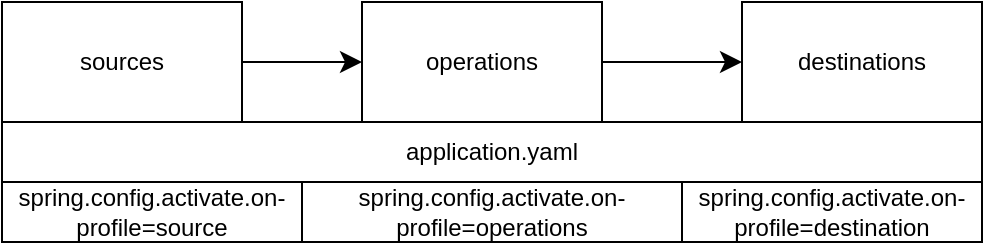
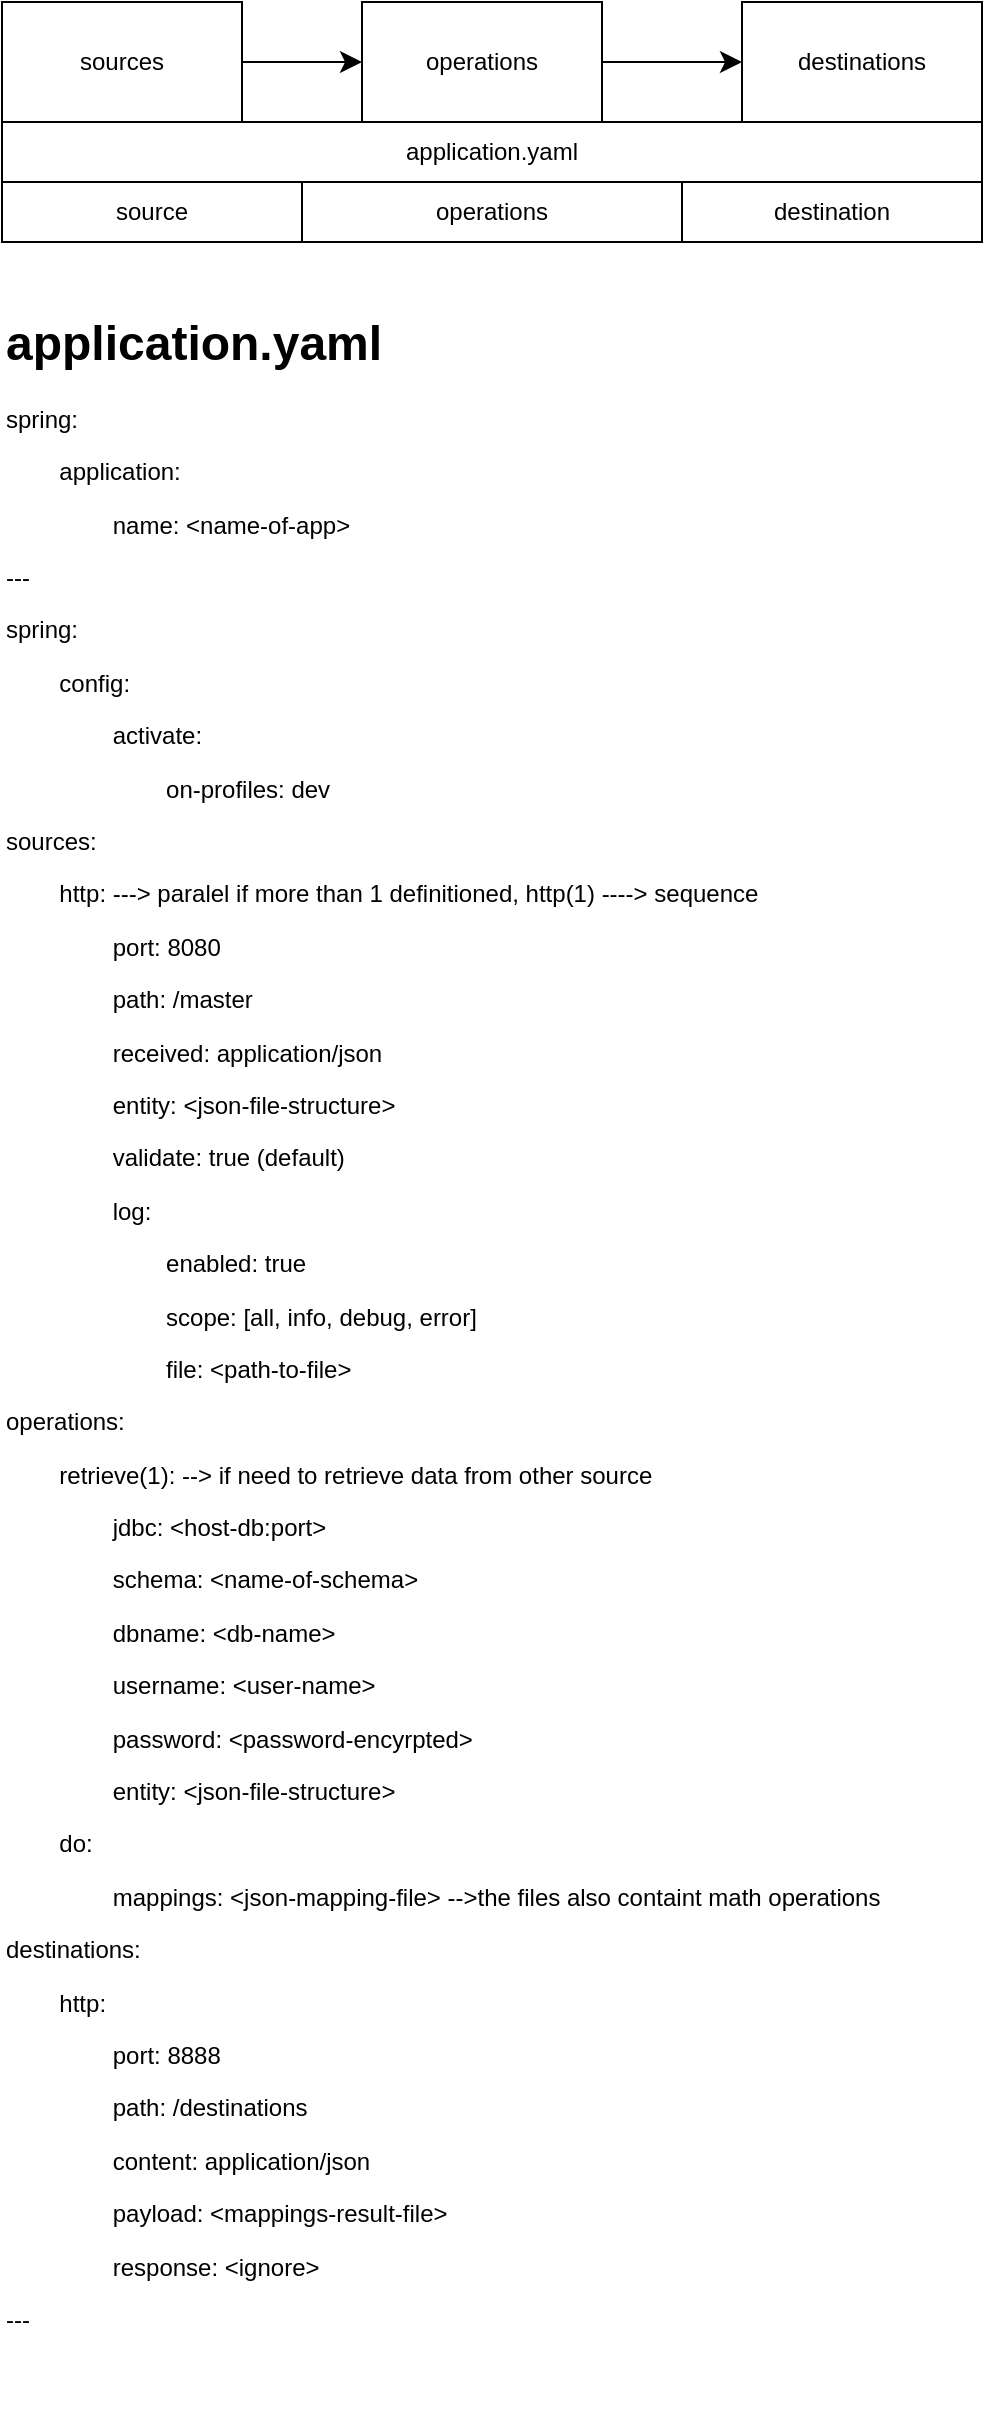
<mxfile host="app.diagrams.net">
  <diagram name="Page-1" id="lVCeAQP5J8Vv2JuceWTL">
    <mxGraphModel dx="781" dy="543" grid="1" gridSize="10" guides="1" tooltips="1" connect="1" arrows="1" fold="1" page="1" pageScale="1" pageWidth="850" pageHeight="1100" math="0" shadow="0">
      <root>
        <mxCell id="0" />
        <mxCell id="emXdRVptBhWksskM6nTK-1" parent="0" />
        <mxCell id="1wBVQuu6lKLwp-CfQ4V7-0" edge="1" parent="emXdRVptBhWksskM6nTK-1" source="emXdRVptBhWksskM6nTK-2" style="edgeStyle=none;curved=1;rounded=0;orthogonalLoop=1;jettySize=auto;html=1;fontSize=12;startSize=8;endSize=8;" target="emXdRVptBhWksskM6nTK-3" value="">
          <mxGeometry relative="1" as="geometry" />
        </mxCell>
        <mxCell id="emXdRVptBhWksskM6nTK-2" parent="emXdRVptBhWksskM6nTK-1" style="rounded=0;whiteSpace=wrap;html=1;" value="sources" vertex="1">
          <mxGeometry height="60" width="120" x="90" y="300" as="geometry" />
        </mxCell>
        <mxCell id="1wBVQuu6lKLwp-CfQ4V7-1" edge="1" parent="emXdRVptBhWksskM6nTK-1" source="emXdRVptBhWksskM6nTK-3" style="edgeStyle=none;curved=1;rounded=0;orthogonalLoop=1;jettySize=auto;html=1;fontSize=12;startSize=8;endSize=8;" target="emXdRVptBhWksskM6nTK-5" value="">
          <mxGeometry relative="1" as="geometry" />
        </mxCell>
        <mxCell id="1wBVQuu6lKLwp-CfQ4V7-2" edge="1" parent="emXdRVptBhWksskM6nTK-1" source="emXdRVptBhWksskM6nTK-3" style="edgeStyle=none;curved=1;rounded=0;orthogonalLoop=1;jettySize=auto;html=1;fontSize=12;startSize=8;endSize=8;" target="emXdRVptBhWksskM6nTK-5" value="">
          <mxGeometry relative="1" as="geometry" />
        </mxCell>
        <mxCell id="1wBVQuu6lKLwp-CfQ4V7-3" edge="1" parent="emXdRVptBhWksskM6nTK-1" source="emXdRVptBhWksskM6nTK-3" style="edgeStyle=none;curved=1;rounded=0;orthogonalLoop=1;jettySize=auto;html=1;entryX=0;entryY=0.5;entryDx=0;entryDy=0;fontSize=12;startSize=8;endSize=8;" target="emXdRVptBhWksskM6nTK-4">
          <mxGeometry relative="1" as="geometry" />
        </mxCell>
        <mxCell id="emXdRVptBhWksskM6nTK-3" parent="emXdRVptBhWksskM6nTK-1" style="rounded=0;whiteSpace=wrap;html=1;" value="operations" vertex="1">
          <mxGeometry height="60" width="120" x="270" y="300" as="geometry" />
        </mxCell>
        <mxCell id="emXdRVptBhWksskM6nTK-4" parent="emXdRVptBhWksskM6nTK-1" style="rounded=0;whiteSpace=wrap;html=1;" value="destinations" vertex="1">
          <mxGeometry height="60" width="120" x="460" y="300" as="geometry" />
        </mxCell>
        <mxCell id="emXdRVptBhWksskM6nTK-5" parent="emXdRVptBhWksskM6nTK-1" style="rounded=0;whiteSpace=wrap;html=1;" value="application.yaml" vertex="1">
          <mxGeometry height="30" width="490" x="90" y="360" as="geometry" />
        </mxCell>
-         <mxCell id="emXdRVptBhWksskM6nTK-6" parent="emXdRVptBhWksskM6nTK-1" style="rounded=0;whiteSpace=wrap;html=1;" value="spring.config.activate.on-profile=source" vertex="1">
+         <mxCell id="emXdRVptBhWksskM6nTK-6" parent="emXdRVptBhWksskM6nTK-1" style="rounded=0;whiteSpace=wrap;html=1;" value="source" vertex="1">
          <mxGeometry height="30" width="150" x="90" y="390" as="geometry" />
        </mxCell>
-         <mxCell id="emXdRVptBhWksskM6nTK-7" parent="emXdRVptBhWksskM6nTK-1" style="rounded=0;whiteSpace=wrap;html=1;" value="spring.config.activate.on-profile=operations" vertex="1">
+         <mxCell id="emXdRVptBhWksskM6nTK-7" parent="emXdRVptBhWksskM6nTK-1" style="rounded=0;whiteSpace=wrap;html=1;" value="operations" vertex="1">
          <mxGeometry height="30" width="190" x="240" y="390" as="geometry" />
        </mxCell>
-         <mxCell id="emXdRVptBhWksskM6nTK-8" parent="emXdRVptBhWksskM6nTK-1" style="rounded=0;whiteSpace=wrap;html=1;" value="spring.config.activate.on-profile=destination" vertex="1">
+         <mxCell id="emXdRVptBhWksskM6nTK-8" parent="emXdRVptBhWksskM6nTK-1" style="rounded=0;whiteSpace=wrap;html=1;" value="destination" vertex="1">
          <mxGeometry height="30" width="150" x="430" y="390" as="geometry" />
+         </mxCell>
+         <mxCell id="1wBVQuu6lKLwp-CfQ4V7-4" parent="emXdRVptBhWksskM6nTK-1" style="text;html=1;whiteSpace=wrap;overflow=hidden;rounded=0;" value="&lt;h1 style=&quot;margin-top: 0px;&quot;&gt;application.yaml&lt;/h1&gt;&lt;p&gt;spring:&lt;/p&gt;&lt;p&gt;&lt;span style=&quot;background-color: transparent; color: light-dark(rgb(0, 0, 0), rgb(255, 255, 255));&quot;&gt;&lt;span style=&quot;white-space: pre;&quot;&gt;&#x9;&lt;/span&gt;application:&lt;/span&gt;&lt;/p&gt;&lt;p&gt;&lt;span style=&quot;white-space: pre;&quot;&gt;&#x9;&lt;span style=&quot;white-space: pre;&quot;&gt;&#x9;&lt;/span&gt;&lt;/span&gt;name: &amp;lt;name-of-app&amp;gt;&lt;/p&gt;&lt;p&gt;---&lt;/p&gt;&lt;p&gt;spring:&lt;/p&gt;&lt;p&gt;&lt;span style=&quot;white-space: pre;&quot;&gt;&#x9;&lt;/span&gt;config:&lt;br&gt;&lt;/p&gt;&lt;p&gt;&lt;span style=&quot;white-space: pre;&quot;&gt;&#x9;&lt;/span&gt;&lt;span style=&quot;white-space: pre;&quot;&gt;&#x9;&lt;/span&gt;activate:&lt;br&gt;&lt;/p&gt;&lt;p&gt;&lt;span style=&quot;white-space: pre;&quot;&gt;&#x9;&lt;/span&gt;&lt;span style=&quot;white-space: pre;&quot;&gt;&#x9;&lt;/span&gt;&lt;span style=&quot;white-space: pre;&quot;&gt;&#x9;&lt;/span&gt;on-profiles: dev&lt;br&gt;&lt;/p&gt;&lt;p&gt;sources:&lt;/p&gt;&lt;p&gt;&lt;span style=&quot;white-space: pre;&quot;&gt;&#x9;&lt;/span&gt;http: ---&amp;gt; paralel if more than 1 definitioned, http(1) ----&amp;gt; sequence&lt;br&gt;&lt;/p&gt;&lt;p&gt;&lt;span style=&quot;white-space: pre;&quot;&gt;&#x9;&lt;/span&gt;&lt;span style=&quot;white-space: pre;&quot;&gt;&#x9;&lt;/span&gt;port: 8080&lt;br&gt;&lt;/p&gt;&lt;p&gt;&lt;span style=&quot;white-space: pre;&quot;&gt;&#x9;&lt;/span&gt;&lt;span style=&quot;white-space: pre;&quot;&gt;&#x9;&lt;/span&gt;path: /master&lt;br&gt;&lt;/p&gt;&lt;p&gt;&lt;span style=&quot;white-space: pre;&quot;&gt;&#x9;&lt;/span&gt;&lt;span style=&quot;white-space: pre;&quot;&gt;&#x9;&lt;/span&gt;received: application/json&lt;br&gt;&lt;/p&gt;&lt;p&gt;&lt;span style=&quot;white-space: pre;&quot;&gt;&#x9;&lt;/span&gt;&lt;span style=&quot;white-space: pre;&quot;&gt;&#x9;&lt;/span&gt;entity: &amp;lt;json-file-structure&amp;gt;&lt;br&gt;&lt;/p&gt;&lt;p&gt;&lt;span style=&quot;white-space: pre;&quot;&gt;&#x9;&lt;/span&gt;&lt;span style=&quot;white-space: pre;&quot;&gt;&#x9;&lt;/span&gt;validate: true (default)&lt;br&gt;&lt;/p&gt;&lt;p&gt;&lt;span style=&quot;white-space: pre;&quot;&gt;&#x9;&lt;/span&gt;&lt;span style=&quot;white-space: pre;&quot;&gt;&#x9;&lt;/span&gt;log:&lt;br&gt;&lt;/p&gt;&lt;p&gt;&lt;span style=&quot;white-space: pre;&quot;&gt;&#x9;&lt;/span&gt;&lt;span style=&quot;white-space: pre;&quot;&gt;&#x9;&lt;/span&gt;&lt;span style=&quot;white-space: pre;&quot;&gt;&#x9;&lt;/span&gt;enabled: true&lt;br&gt;&lt;/p&gt;&lt;p&gt;&lt;span style=&quot;white-space: pre;&quot;&gt;&#x9;&lt;/span&gt;&lt;span style=&quot;white-space: pre;&quot;&gt;&#x9;&lt;/span&gt;&lt;span style=&quot;white-space: pre;&quot;&gt;&#x9;&lt;/span&gt;scope: [all, info, debug, error]&lt;br&gt;&lt;/p&gt;&lt;p&gt;&lt;span style=&quot;white-space: pre;&quot;&gt;&#x9;&lt;/span&gt;&lt;span style=&quot;white-space: pre;&quot;&gt;&#x9;&lt;/span&gt;&lt;span style=&quot;white-space: pre;&quot;&gt;&#x9;&lt;/span&gt;file: &amp;lt;path-to-file&amp;gt;&lt;br&gt;&lt;/p&gt;&lt;p&gt;operations:&lt;/p&gt;&lt;p&gt;&lt;span style=&quot;white-space: pre;&quot;&gt;&#x9;&lt;/span&gt;retrieve(1): --&amp;gt; if need to retrieve data from other source&lt;br&gt;&lt;/p&gt;&lt;p&gt;&lt;span style=&quot;white-space: pre;&quot;&gt;&#x9;&lt;/span&gt;&lt;span style=&quot;white-space: pre;&quot;&gt;&#x9;&lt;/span&gt;jdbc: &amp;lt;host-db:port&amp;gt;&lt;br&gt;&lt;/p&gt;&lt;p&gt;&lt;span style=&quot;white-space: pre;&quot;&gt;&#x9;&lt;/span&gt;&lt;span style=&quot;white-space: pre;&quot;&gt;&#x9;&lt;/span&gt;schema: &amp;lt;name-of-schema&amp;gt;&lt;br&gt;&lt;/p&gt;&lt;p&gt;&lt;span style=&quot;white-space: pre;&quot;&gt;&#x9;&lt;/span&gt;&lt;span style=&quot;white-space: pre;&quot;&gt;&#x9;&lt;/span&gt;dbname: &amp;lt;db-name&amp;gt;&lt;br&gt;&lt;/p&gt;&lt;p&gt;&lt;span style=&quot;white-space: pre;&quot;&gt;&#x9;&lt;/span&gt;&lt;span style=&quot;white-space: pre;&quot;&gt;&#x9;&lt;/span&gt;username: &amp;lt;user-name&amp;gt;&lt;br&gt;&lt;/p&gt;&lt;p&gt;&lt;span style=&quot;white-space: pre;&quot;&gt;&#x9;&lt;/span&gt;&lt;span style=&quot;white-space: pre;&quot;&gt;&#x9;&lt;/span&gt;password: &amp;lt;password-encyrpted&amp;gt;&lt;br&gt;&lt;/p&gt;&lt;p&gt;&lt;span style=&quot;white-space: pre;&quot;&gt;&#x9;&lt;/span&gt;&lt;span style=&quot;white-space: pre;&quot;&gt;&#x9;&lt;/span&gt;entity: &amp;lt;json-file-structure&amp;gt;&lt;br&gt;&lt;/p&gt;&lt;p&gt;&lt;span style=&quot;white-space: pre;&quot;&gt;&#x9;&lt;/span&gt;do:&lt;br&gt;&lt;/p&gt;&lt;p&gt;&lt;span style=&quot;white-space: pre;&quot;&gt;&#x9;&lt;/span&gt;&lt;span style=&quot;white-space: pre;&quot;&gt;&#x9;&lt;/span&gt;mappings: &amp;lt;json-mapping-file&amp;gt; --&amp;gt;the files also containt math operations&lt;br&gt;&lt;/p&gt;&lt;p&gt;destinations:&lt;/p&gt;&lt;p&gt;&lt;span style=&quot;white-space: pre;&quot;&gt;&#x9;&lt;/span&gt;http:&lt;br&gt;&lt;/p&gt;&lt;p&gt;&lt;span style=&quot;white-space: pre;&quot;&gt;&#x9;&lt;/span&gt;&lt;span style=&quot;white-space: pre;&quot;&gt;&#x9;&lt;/span&gt;port: 8888&lt;br&gt;&lt;/p&gt;&lt;p&gt;&lt;span style=&quot;white-space: pre;&quot;&gt;&#x9;&lt;/span&gt;&lt;span style=&quot;white-space: pre;&quot;&gt;&#x9;&lt;/span&gt;path: /destinations&lt;br&gt;&lt;/p&gt;&lt;p&gt;&lt;span style=&quot;white-space: pre;&quot;&gt;&#x9;&lt;/span&gt;&lt;span style=&quot;white-space: pre;&quot;&gt;&#x9;&lt;/span&gt;content: application/json&lt;br&gt;&lt;/p&gt;&lt;p&gt;&lt;span style=&quot;white-space: pre;&quot;&gt;&#x9;&lt;/span&gt;&lt;span style=&quot;white-space: pre;&quot;&gt;&#x9;&lt;/span&gt;payload: &amp;lt;mappings-result-file&amp;gt;&lt;br&gt;&lt;/p&gt;&lt;p&gt;&lt;span style=&quot;white-space: pre;&quot;&gt;&#x9;&lt;/span&gt;&lt;span style=&quot;white-space: pre;&quot;&gt;&#x9;&lt;/span&gt;response: &amp;lt;ignore&amp;gt;&lt;br&gt;&lt;/p&gt;&lt;p&gt;---&lt;/p&gt;" vertex="1">
+           <mxGeometry height="1060" width="480" x="90" y="450" as="geometry" />
        </mxCell>
      </root>
    </mxGraphModel>
  </diagram>
</mxfile>
